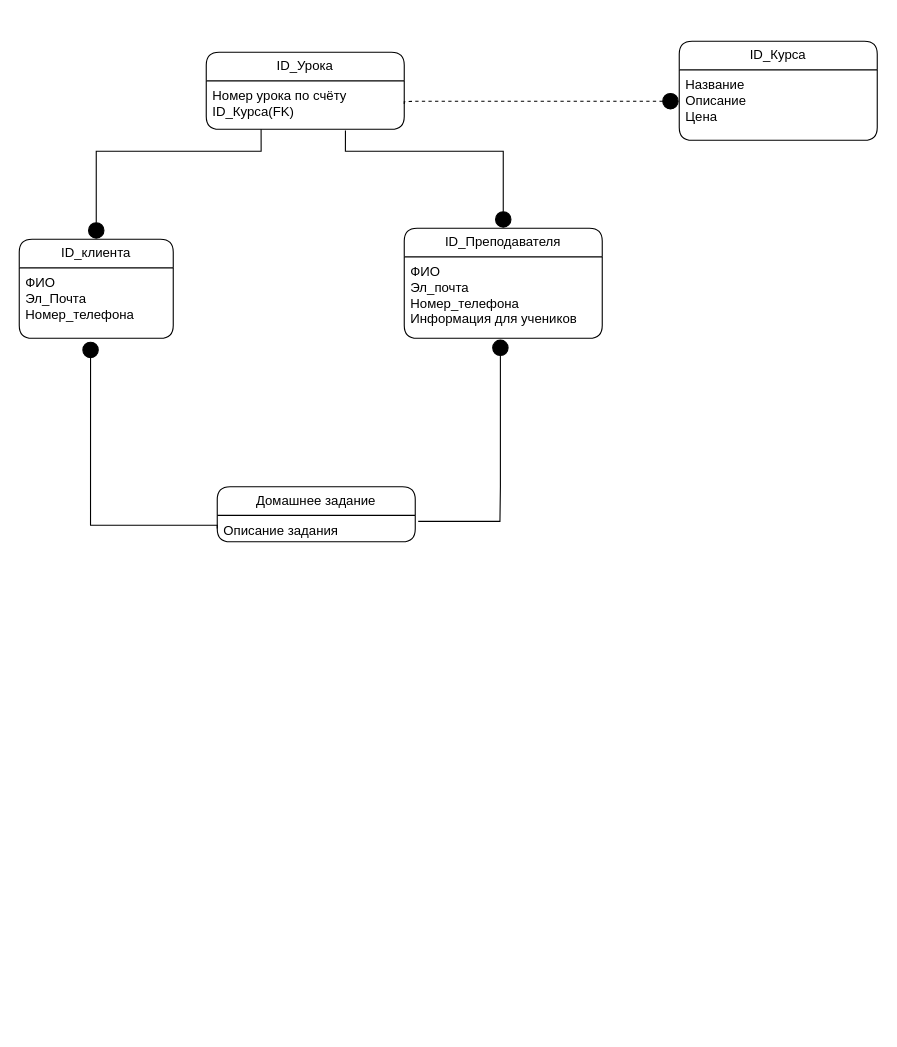
Above: idef1x.drawio in Deviky/FOREVASIAOD (draw.io), before the change. Source tidied: cells renumbered, new cells numbered last; positions are measured from the earlier drawing's top-left corner, leaving out a move shared by most shapes. Both pictures are drawn from the tidied source at 110%, with x=0, y=0 at pixel (19, 41).
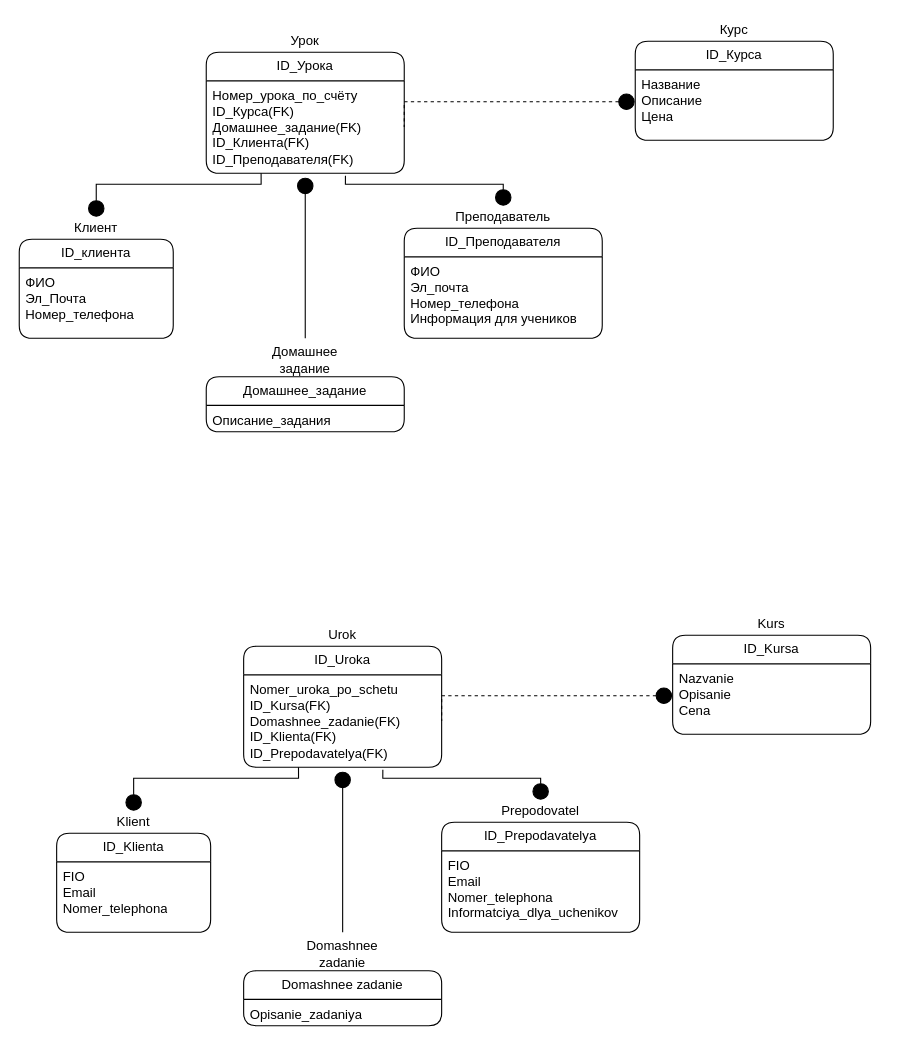
The same page after the edit.

The change refers to these unchanged cells:
```xml
<mxCell id="2" value="ID_клиента" style="swimlane;fontStyle=0;horizontal=1;startSize=26;fillColor=none;whiteSpace=wrap;html=1;rounded=1;" parent="1" vertex="1">
  <mxGeometry y="180" width="140" height="90" as="geometry" />
</mxCell>
<mxCell id="3" value="ФИО&lt;div&gt;Эл_Почта&lt;/div&gt;&lt;div&gt;Номер_телефона&lt;br&gt;&amp;nbsp;&lt;/div&gt;" style="text;strokeColor=none;fillColor=none;align=left;verticalAlign=top;spacingLeft=4;spacingRight=4;overflow=hidden;points=[[0,0.5],[1,0.5]];portConstraint=eastwest;whiteSpace=wrap;html=1;" parent="2" vertex="1">
  <mxGeometry y="26" width="140" height="64" as="geometry" />
</mxCell>
<mxCell id="4" value="ID_Преподавателя" style="swimlane;fontStyle=0;horizontal=1;startSize=26;fillColor=none;whiteSpace=wrap;html=1;rounded=1;" parent="1" vertex="1">
  <mxGeometry x="350" y="170" width="180" height="100" as="geometry" />
</mxCell>
```

What changed in the source:
```diff
@@
     <mxCell id="6" value="ID_Урока" style="swimlane;fontStyle=0;horizontal=1;startSize=26;fillColor=none;whiteSpace=wrap;html=1;rounded=1;" parent="1" vertex="1">
-      <mxGeometry x="170" y="10" width="180" height="70" as="geometry" />
+      <mxGeometry x="170" y="10" width="180" height="110" as="geometry" />
     </mxCell>
-    <mxCell id="7" value="&lt;div&gt;Номер урока по счёту&lt;/div&gt;&lt;div&gt;ID_Курса(FK)&lt;/div&gt;" style="text;strokeColor=none;fillColor=none;align=left;verticalAlign=top;spacingLeft=4;spacingRight=4;overflow=hidden;points=[[0,0.5],[1,0.5]];portConstraint=eastwest;whiteSpace=wrap;html=1;" parent="6" vertex="1">
-      <mxGeometry y="26" width="180" height="44" as="geometry" />
+    <mxCell id="7" value="&lt;div&gt;Номер_урока_по_счёту&lt;/div&gt;&lt;div&gt;ID_Курса(FK)&lt;/div&gt;&lt;div&gt;Домашнее_задание(FK)&lt;/div&gt;&lt;div&gt;ID_Клиента(FK)&lt;/div&gt;&lt;div&gt;ID_Преподавателя(FK)&lt;/div&gt;" style="text;strokeColor=none;fillColor=none;align=left;verticalAlign=top;spacingLeft=4;spacingRight=4;overflow=hidden;points=[[0,0.5],[1,0.5]];portConstraint=eastwest;whiteSpace=wrap;html=1;" parent="6" vertex="1">
+      <mxGeometry y="26" width="180" height="84" as="geometry" />
     </mxCell>
     <mxCell id="8" value="ID_Курса" style="swimlane;fontStyle=0;horizontal=1;startSize=26;fillColor=none;whiteSpace=wrap;html=1;rounded=1;" parent="1" vertex="1">
-      <mxGeometry x="600" width="180" height="90" as="geometry" />
+      <mxGeometry x="560" width="180" height="90" as="geometry" />
     </mxCell>
@@
-    <mxCell id="10" value="Домашнее задание" style="swimlane;fontStyle=0;horizontal=1;startSize=26;fillColor=none;whiteSpace=wrap;html=1;rounded=1;" parent="1" vertex="1">
-      <mxGeometry x="180" y="405" width="180" height="50" as="geometry" />
+    <mxCell id="10" value="Домашнее_задание" style="swimlane;fontStyle=0;horizontal=1;startSize=26;fillColor=none;whiteSpace=wrap;html=1;rounded=1;" parent="1" vertex="1">
+      <mxGeometry x="170" y="305" width="180" height="50" as="geometry" />
     </mxCell>
-    <mxCell id="11" value="Описание задания" style="text;strokeColor=none;fillColor=none;align=left;verticalAlign=top;spacingLeft=4;spacingRight=4;overflow=hidden;points=[[0,0.5],[1,0.5]];portConstraint=eastwest;whiteSpace=wrap;html=1;" parent="10" vertex="1">
+    <mxCell id="11" value="Описание_задания" style="text;strokeColor=none;fillColor=none;align=left;verticalAlign=top;spacingLeft=4;spacingRight=4;overflow=hidden;points=[[0,0.5],[1,0.5]];portConstraint=eastwest;whiteSpace=wrap;html=1;" parent="10" vertex="1">
       <mxGeometry y="26" width="180" height="24" as="geometry" />
     </mxCell>
-    <mxCell id="12" style="html=1;verticalAlign=bottom;startArrow=circle;startFill=1;endArrow=none;startSize=6;endSize=8;rounded=0;endFill=0;exitX=0.5;exitY=0;exitDx=0;exitDy=0;entryX=0.277;entryY=1;entryDx=0;entryDy=0;edgeStyle=orthogonalEdgeStyle;entryPerimeter=0;" parent="1" edge="1" source="2" target="7">
+    <mxCell id="12" style="html=1;verticalAlign=bottom;startArrow=circle;startFill=1;endArrow=none;startSize=6;endSize=8;rounded=0;endFill=0;entryX=0.277;entryY=1;entryDx=0;entryDy=0;edgeStyle=orthogonalEdgeStyle;entryPerimeter=0;" parent="1" edge="1" target="7">
       <mxGeometry x="-0.16" y="40" relative="1" as="geometry">
+        <mxPoint x="70" y="160" as="sourcePoint" />
         <Array as="points">
-          <mxPoint x="70" y="100" />
-          <mxPoint x="220" y="100" />
+          <mxPoint x="70" y="130" />
+          <mxPoint x="220" y="130" />
         </Array>
       </mxGeometry>
     </mxCell>
-    <mxCell id="13" style="html=1;verticalAlign=bottom;startArrow=circle;startFill=1;endArrow=none;startSize=6;endSize=8;rounded=0;endFill=0;exitX=0.5;exitY=0;exitDx=0;exitDy=0;entryX=0.703;entryY=1.027;entryDx=0;entryDy=0;edgeStyle=orthogonalEdgeStyle;entryPerimeter=0;" parent="1" edge="1" source="4" target="7">
+    <mxCell id="13" style="html=1;verticalAlign=bottom;startArrow=circle;startFill=1;endArrow=none;startSize=6;endSize=8;rounded=0;endFill=0;entryX=0.703;entryY=1.027;entryDx=0;entryDy=0;edgeStyle=orthogonalEdgeStyle;entryPerimeter=0;" parent="1" edge="1" target="7">
       <mxGeometry x="-0.09" y="-24" relative="1" as="geometry">
+        <mxPoint x="440" y="150" as="sourcePoint" />
         <Array as="points">
-          <mxPoint x="440" y="100" />
-          <mxPoint x="297" y="100" />
+          <mxPoint x="440" y="130" />
+          <mxPoint x="297" y="130" />
         </Array>
       </mxGeometry>
     </mxCell>
-    <mxCell id="14" style="html=1;verticalAlign=bottom;startArrow=circle;startFill=1;endArrow=none;startSize=6;endSize=8;rounded=0;endFill=0;exitX=0.193;exitY=1.009;exitDx=0;exitDy=0;entryX=1.015;entryY=0.228;entryDx=0;entryDy=0;exitPerimeter=0;edgeStyle=orthogonalEdgeStyle;entryPerimeter=0;" parent="1" edge="1" target="11">
-      <mxGeometry x="-0.16" y="40" relative="1" as="geometry">
-        <mxPoint x="437.4" y="270.7" as="sourcePoint" />
-        <Array as="points">
-          <mxPoint x="437" y="405" />
-          <mxPoint x="437" y="436" />
-        </Array>
-      </mxGeometry>
-    </mxCell>
-    <mxCell id="15" style="html=1;verticalAlign=bottom;startArrow=circle;startFill=1;endArrow=none;startSize=6;endSize=8;rounded=0;endFill=0;exitX=0.463;exitY=1.041;exitDx=0;exitDy=0;entryX=0;entryY=0.5;entryDx=0;entryDy=0;exitPerimeter=0;edgeStyle=orthogonalEdgeStyle;" parent="1" edge="1" source="3" target="11">
-      <mxGeometry x="-0.16" y="40" relative="1" as="geometry">
-        <Array as="points">
-          <mxPoint x="65" y="440" />
-          <mxPoint x="180" y="440" />
-        </Array>
-      </mxGeometry>
-    </mxCell>
     <mxCell id="16" style="html=1;verticalAlign=bottom;startArrow=circle;startFill=1;endArrow=none;startSize=6;endSize=8;rounded=0;endFill=0;entryX=1;entryY=0.5;entryDx=0;entryDy=0;edgeStyle=orthogonalEdgeStyle;dashed=1;" parent="1" edge="1" target="7">
       <mxGeometry x="-0.09" y="-24" relative="1" as="geometry">
-        <mxPoint x="600" y="54.5" as="sourcePoint" />
+        <mxPoint x="560" y="55" as="sourcePoint" />
         <Array as="points">
           <mxPoint x="360" y="55" />
           <mxPoint x="350" y="55" />
         </Array>
       </mxGeometry>
     </mxCell>
+    <mxCell id="17" value="Урок" style="text;html=1;align=center;verticalAlign=middle;whiteSpace=wrap;rounded=0;" parent="1" vertex="1">
+      <mxGeometry x="230" y="-10" width="60" height="20" as="geometry" />
+    </mxCell>
+    <mxCell id="18" value="Клиент" style="text;html=1;align=center;verticalAlign=middle;whiteSpace=wrap;rounded=0;" parent="1" vertex="1">
+      <mxGeometry x="40" y="160" width="60" height="20" as="geometry" />
+    </mxCell>
+    <mxCell id="19" value="Преподаватель" style="text;html=1;align=center;verticalAlign=middle;whiteSpace=wrap;rounded=0;" parent="1" vertex="1">
+      <mxGeometry x="410" y="150" width="60" height="20" as="geometry" />
+    </mxCell>
+    <mxCell id="20" value="Домашнее задание" style="text;html=1;align=center;verticalAlign=middle;whiteSpace=wrap;rounded=0;" parent="1" vertex="1">
+      <mxGeometry x="230" y="280" width="60" height="20" as="geometry" />
+    </mxCell>
+    <mxCell id="21" style="html=1;verticalAlign=bottom;startArrow=circle;startFill=1;endArrow=none;startSize=6;endSize=8;rounded=0;endFill=0;edgeStyle=orthogonalEdgeStyle;exitX=0.5;exitY=1.042;exitDx=0;exitDy=0;exitPerimeter=0;" parent="1" edge="1" source="7">
+      <mxGeometry x="-0.09" y="-24" relative="1" as="geometry">
+        <mxPoint x="260" y="270" as="targetPoint" />
+        <Array as="points">
+          <mxPoint x="260" y="220" />
+          <mxPoint x="260" y="220" />
+        </Array>
+      </mxGeometry>
+    </mxCell>
+    <mxCell id="22" value="Курс" style="text;html=1;align=center;verticalAlign=middle;whiteSpace=wrap;rounded=0;" parent="1" vertex="1">
+      <mxGeometry x="620" y="-20" width="60" height="20" as="geometry" />
+    </mxCell>
+    <mxCell id="23" value="ID_Klienta" style="swimlane;fontStyle=0;horizontal=1;startSize=26;fillColor=none;whiteSpace=wrap;html=1;rounded=1;" parent="1" vertex="1">
+      <mxGeometry x="34" y="720" width="140" height="90" as="geometry" />
+    </mxCell>
+    <mxCell id="24" value="&lt;div&gt;FIO&lt;/div&gt;&lt;div&gt;Email&lt;/div&gt;&lt;div&gt;Nomer_telephona&lt;br&gt;&amp;nbsp;&lt;/div&gt;" style="text;strokeColor=none;fillColor=none;align=left;verticalAlign=top;spacingLeft=4;spacingRight=4;overflow=hidden;whiteSpace=wrap;html=1;" parent="23" vertex="1">
+      <mxGeometry y="26" width="140" height="64" as="geometry" />
+    </mxCell>
+    <mxCell id="25" value="ID_Prepodavatelya" style="swimlane;fontStyle=0;horizontal=1;startSize=26;fillColor=none;whiteSpace=wrap;html=1;rounded=1;" parent="1" vertex="1">
+      <mxGeometry x="384" y="710" width="180" height="100" as="geometry" />
+    </mxCell>
+    <mxCell id="26" value="&lt;div&gt;FIO&lt;/div&gt;&lt;div&gt;Email&lt;/div&gt;&lt;div&gt;Nomer_telephona&lt;br&gt;&lt;div&gt;Informatciya_dlya_uchenikov&lt;br&gt;&lt;div&gt;&lt;br&gt;&lt;/div&gt;&lt;/div&gt;&lt;/div&gt;" style="text;strokeColor=none;fillColor=none;align=left;verticalAlign=top;spacingLeft=4;spacingRight=4;overflow=hidden;whiteSpace=wrap;html=1;" parent="25" vertex="1">
+      <mxGeometry y="26" width="180" height="74" as="geometry" />
+    </mxCell>
+    <mxCell id="27" value="ID_Uroka" style="swimlane;fontStyle=0;horizontal=1;startSize=26;fillColor=none;whiteSpace=wrap;html=1;rounded=1;" parent="1" vertex="1">
+      <mxGeometry x="204" y="550" width="180" height="110" as="geometry" />
+    </mxCell>
+    <mxCell id="28" value="&lt;div&gt;Nomer_uroka_po_schetu&lt;/div&gt;&lt;div&gt;ID_Kursa(FK)&lt;/div&gt;&lt;div&gt;Domashnee_zadanie(FK)&lt;/div&gt;&lt;div&gt;ID_Klienta(FK)&lt;/div&gt;&lt;div&gt;ID_Prepodavatelya(FK)&lt;/div&gt;" style="text;strokeColor=none;fillColor=none;align=left;verticalAlign=top;spacingLeft=4;spacingRight=4;overflow=hidden;points=[[0,0.5],[1,0.5]];portConstraint=eastwest;whiteSpace=wrap;html=1;" parent="27" vertex="1">
+      <mxGeometry y="26" width="180" height="84" as="geometry" />
+    </mxCell>
+    <mxCell id="29" value="ID_Kursa" style="swimlane;fontStyle=0;horizontal=1;startSize=26;fillColor=none;whiteSpace=wrap;html=1;rounded=1;" parent="1" vertex="1">
+      <mxGeometry x="594" y="540" width="180" height="90" as="geometry" />
+    </mxCell>
+    <mxCell id="30" value="&lt;div&gt;Nazvanie&lt;/div&gt;&lt;div&gt;&lt;span style=&quot;background-color: initial;&quot;&gt;Opisanie&lt;/span&gt;&lt;/div&gt;&lt;div&gt;Cena&lt;/div&gt;" style="text;strokeColor=none;fillColor=none;align=left;verticalAlign=top;spacingLeft=4;spacingRight=4;overflow=hidden;whiteSpace=wrap;html=1;" parent="29" vertex="1">
+      <mxGeometry y="26" width="180" height="64" as="geometry" />
+    </mxCell>
+    <mxCell id="31" value="Domashnee zadanie" style="swimlane;fontStyle=0;horizontal=1;startSize=26;fillColor=none;whiteSpace=wrap;html=1;rounded=1;" parent="1" vertex="1">
+      <mxGeometry x="204" y="845" width="180" height="50" as="geometry" />
+    </mxCell>
+    <mxCell id="32" value="Opisanie_zadaniya" style="text;strokeColor=none;fillColor=none;align=left;verticalAlign=top;spacingLeft=4;spacingRight=4;overflow=hidden;whiteSpace=wrap;html=1;" parent="31" vertex="1">
+      <mxGeometry y="26" width="180" height="24" as="geometry" />
+    </mxCell>
+    <mxCell id="33" style="html=1;verticalAlign=bottom;startArrow=circle;startFill=1;endArrow=none;startSize=6;endSize=8;rounded=0;endFill=0;entryX=0.277;entryY=1;entryDx=0;entryDy=0;edgeStyle=orthogonalEdgeStyle;entryPerimeter=0;" parent="1" edge="1" target="28">
+      <mxGeometry x="-0.16" y="40" relative="1" as="geometry">
+        <mxPoint x="104" y="700" as="sourcePoint" />
+        <Array as="points">
+          <mxPoint x="104" y="670" />
+          <mxPoint x="254" y="670" />
+        </Array>
+      </mxGeometry>
+    </mxCell>
+    <mxCell id="34" style="html=1;verticalAlign=bottom;startArrow=circle;startFill=1;endArrow=none;startSize=6;endSize=8;rounded=0;endFill=0;entryX=0.703;entryY=1.027;entryDx=0;entryDy=0;edgeStyle=orthogonalEdgeStyle;entryPerimeter=0;" parent="1" edge="1" target="28">
+      <mxGeometry x="-0.09" y="-24" relative="1" as="geometry">
+        <mxPoint x="474" y="690" as="sourcePoint" />
+        <Array as="points">
+          <mxPoint x="474" y="670" />
+          <mxPoint x="331" y="670" />
+        </Array>
+      </mxGeometry>
+    </mxCell>
+    <mxCell id="35" style="html=1;verticalAlign=bottom;startArrow=circle;startFill=1;endArrow=none;startSize=6;endSize=8;rounded=0;endFill=0;entryX=1;entryY=0.5;entryDx=0;entryDy=0;edgeStyle=orthogonalEdgeStyle;dashed=1;" parent="1" edge="1" target="28">
+      <mxGeometry x="-0.09" y="-24" relative="1" as="geometry">
+        <mxPoint x="594" y="595" as="sourcePoint" />
+        <Array as="points">
+          <mxPoint x="394" y="595" />
+          <mxPoint x="384" y="595" />
+        </Array>
+      </mxGeometry>
+    </mxCell>
+    <mxCell id="36" value="Urok" style="text;html=1;align=center;verticalAlign=middle;whiteSpace=wrap;rounded=0;" parent="1" vertex="1">
+      <mxGeometry x="264" y="530" width="60" height="20" as="geometry" />
+    </mxCell>
+    <mxCell id="37" value="Klient" style="text;html=1;align=center;verticalAlign=middle;whiteSpace=wrap;rounded=0;" parent="1" vertex="1">
+      <mxGeometry x="74" y="700" width="60" height="20" as="geometry" />
+    </mxCell>
+    <mxCell id="38" value="Prepodovatel" style="text;html=1;align=center;verticalAlign=middle;whiteSpace=wrap;rounded=0;" parent="1" vertex="1">
+      <mxGeometry x="444" y="690" width="60" height="20" as="geometry" />
+    </mxCell>
+    <mxCell id="39" value="Domashnee zadanie" style="text;html=1;align=center;verticalAlign=middle;whiteSpace=wrap;rounded=0;" parent="1" vertex="1">
+      <mxGeometry x="264" y="820" width="60" height="20" as="geometry" />
+    </mxCell>
+    <mxCell id="40" style="html=1;verticalAlign=bottom;startArrow=circle;startFill=1;endArrow=none;startSize=6;endSize=8;rounded=0;endFill=0;edgeStyle=orthogonalEdgeStyle;exitX=0.5;exitY=1.042;exitDx=0;exitDy=0;exitPerimeter=0;" parent="1" edge="1" source="28">
+      <mxGeometry x="-0.09" y="-24" relative="1" as="geometry">
+        <mxPoint x="294" y="810" as="targetPoint" />
+        <Array as="points">
+          <mxPoint x="294" y="760" />
+          <mxPoint x="294" y="760" />
+        </Array>
+      </mxGeometry>
+    </mxCell>
+    <mxCell id="41" value="Kurs" style="text;html=1;align=center;verticalAlign=middle;whiteSpace=wrap;rounded=0;" parent="1" vertex="1">
+      <mxGeometry x="654" y="520" width="60" height="20" as="geometry" />
+    </mxCell>
```
